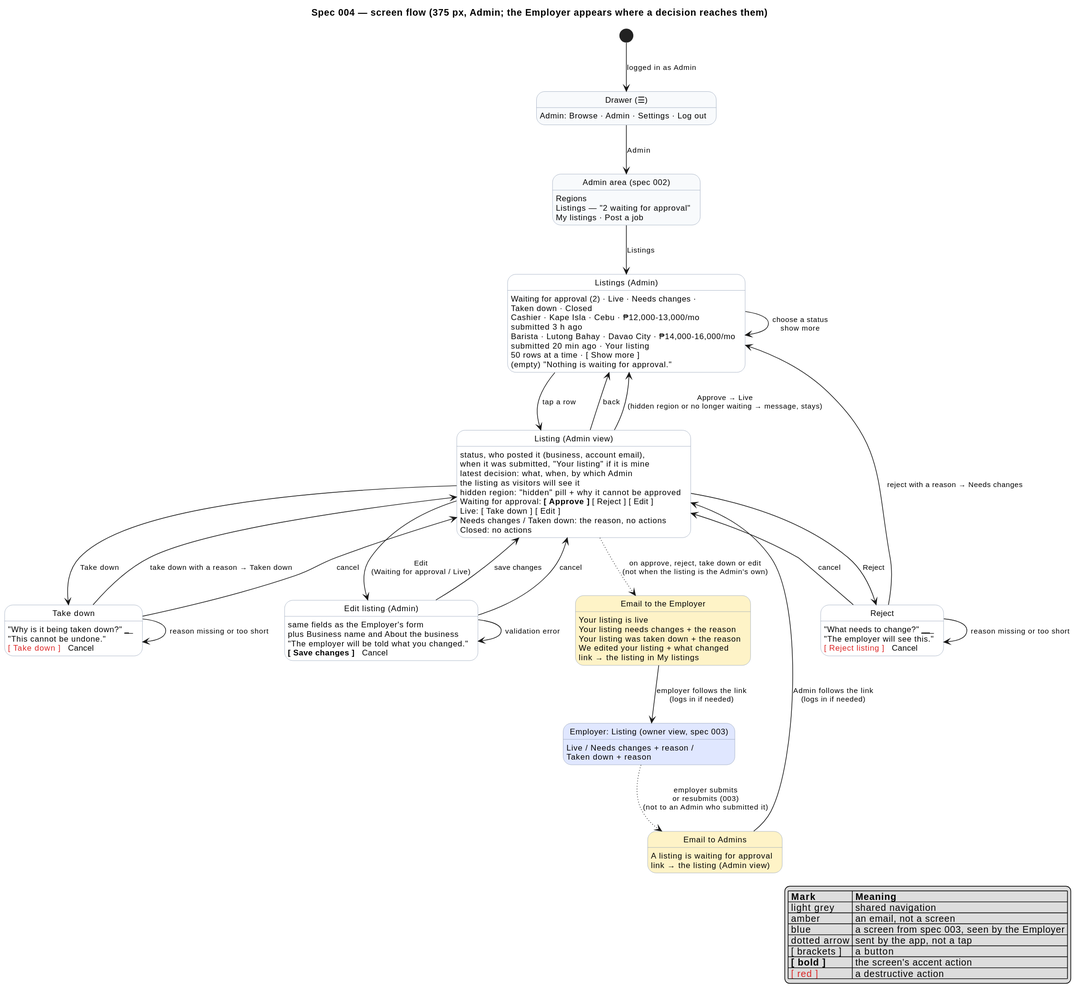
Earlier version of the PlantUML export docs/specs/004-listings-admin-moderation/diagrams/screenflow-moderation.svg (raseniero/jairojobs-elixir).
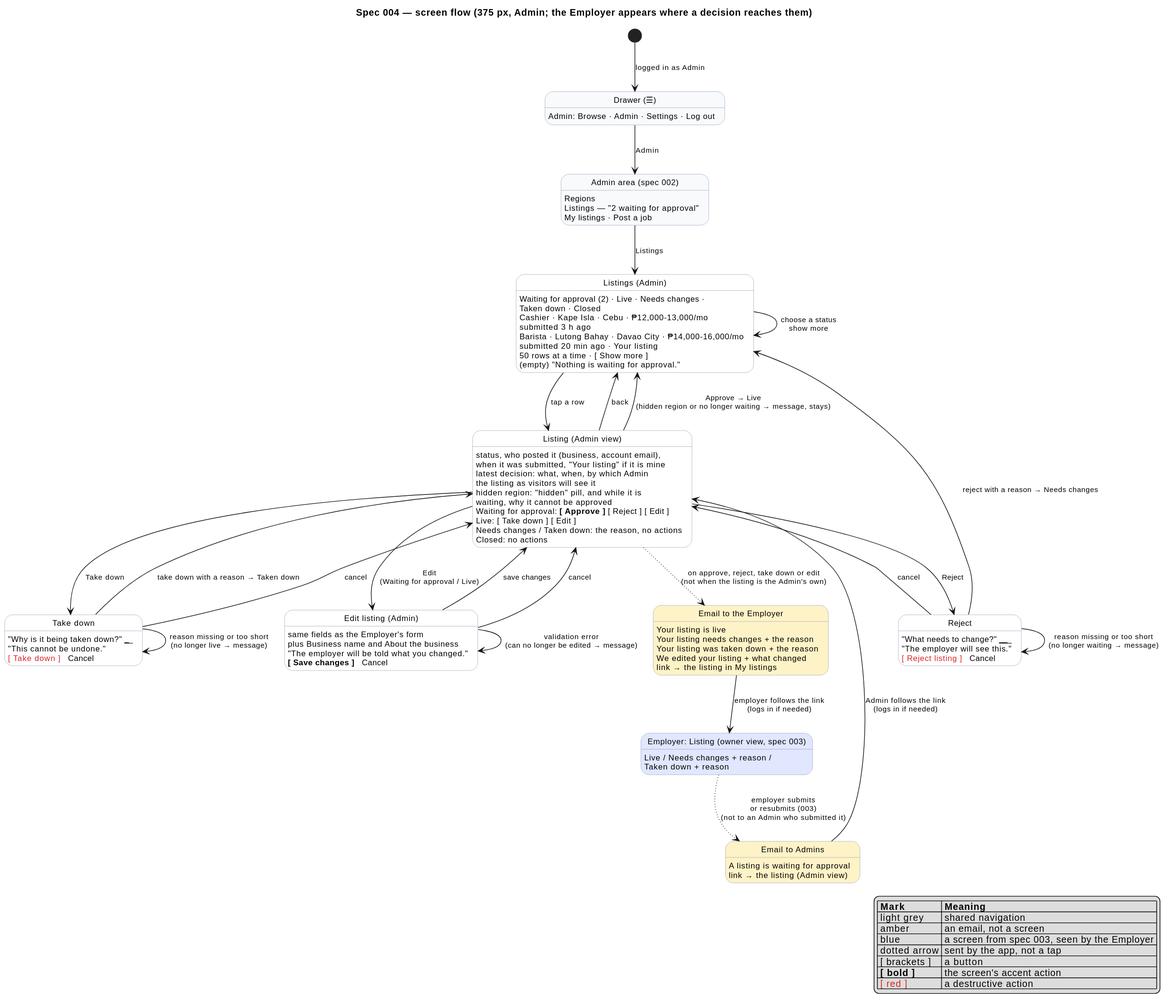
After the change.

Change to the diagram source:
```diff
@@ -36,7 +36,8 @@
 Review : when it was submitted, "Your listing" if it is mine
 Review : latest decision: what, when, by which Admin
 Review : the listing as visitors will see it
-Review : hidden region: "hidden" pill + why it cannot be approved
+Review : hidden region: "hidden" pill, and while it is
+Review : waiting, why it cannot be approved
 Review : Waiting for approval: **[ Approve ]** [ Reject ] [ Edit ]
 Review : Live: [ Take down ] [ Edit ]
 Review : Needs changes / Taken down: the reason, no actions
@@ -82,15 +83,15 @@
 Review --> Listings : Approve → Live\n(hidden region or no longer waiting → message, stays)
 Review --> Reject : Reject
 Reject --> Listings : reject with a reason → Needs changes
-Reject --> Reject : reason missing or too short
+Reject --> Reject : reason missing or too short\n(no longer waiting → message)
 Reject --> Review : cancel
 Review --> TakeDown : Take down
 TakeDown --> Review : take down with a reason → Taken down
-TakeDown --> TakeDown : reason missing or too short
+TakeDown --> TakeDown : reason missing or too short\n(no longer live → message)
 TakeDown --> Review : cancel
 Review --> Edit : Edit\n(Waiting for approval / Live)
 Edit --> Review : save changes
-Edit --> Edit : validation error
+Edit --> Edit : validation error\n(can no longer be edited → message)
 Edit --> Review : cancel
 
 Review -[dotted]-> MailEmployer : on approve, reject, take down or edit\n(not when the listing is the Admin's own)
```
